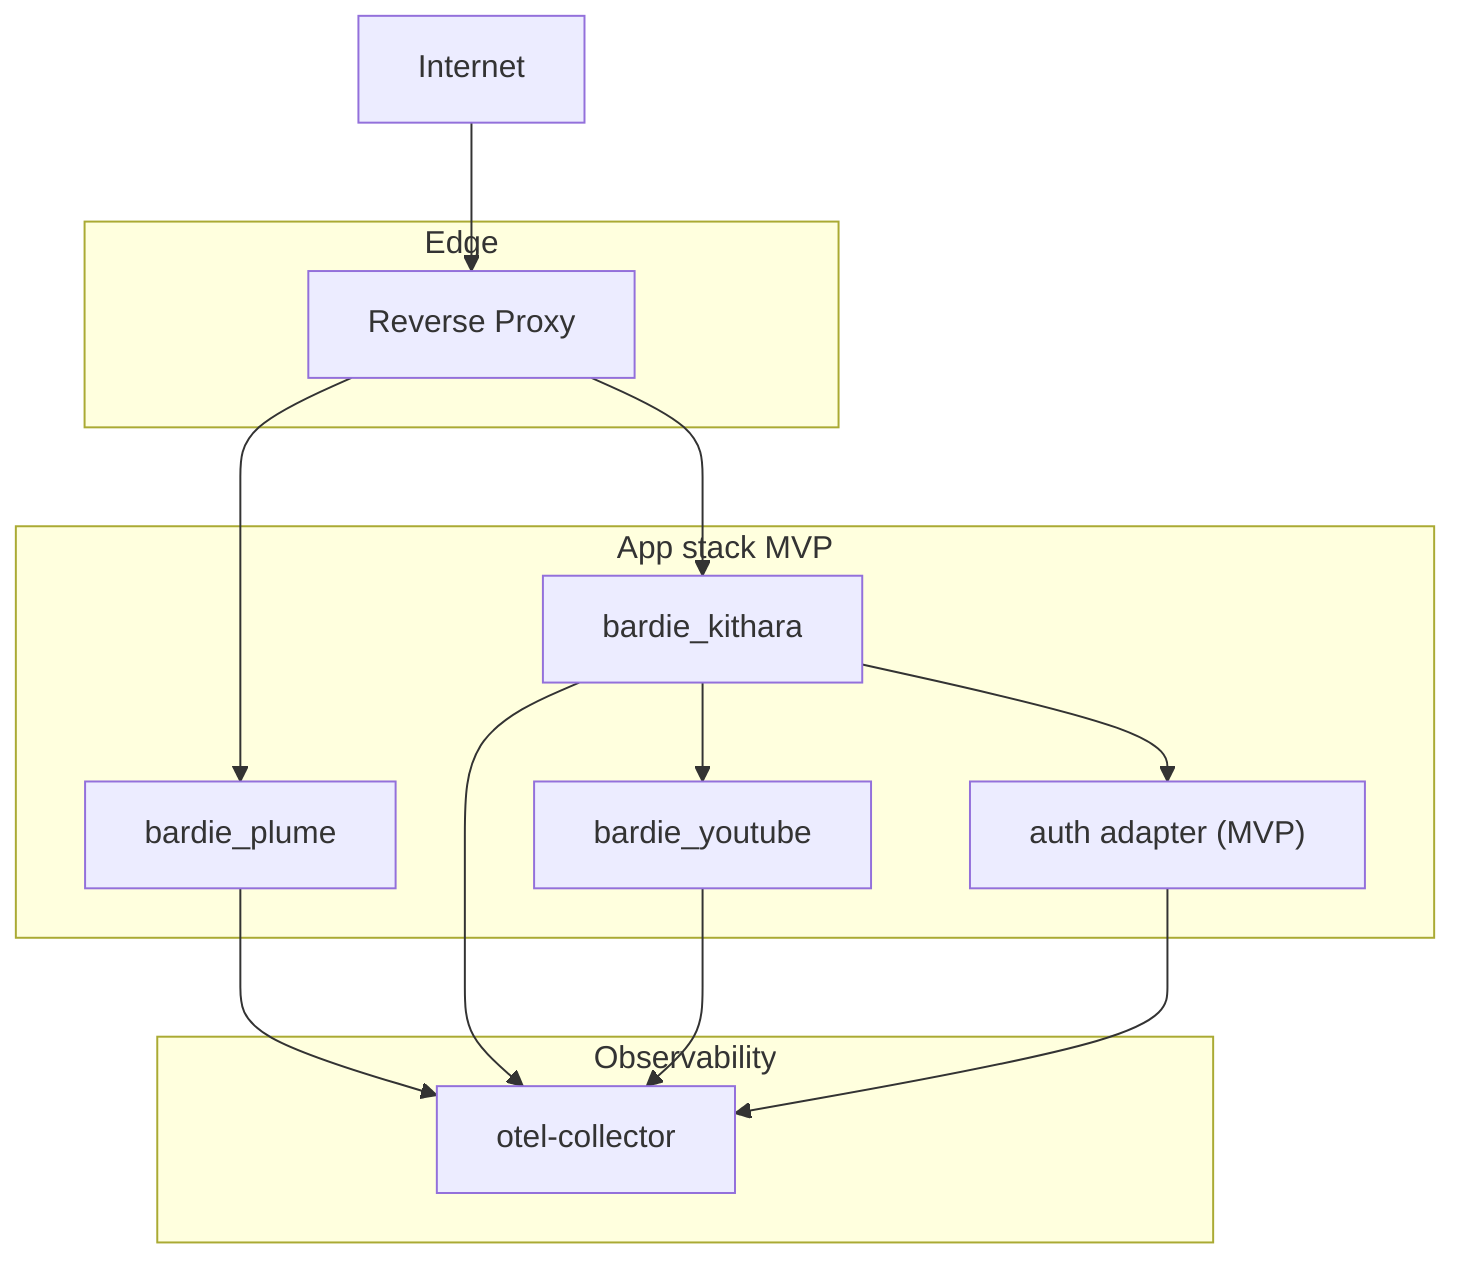
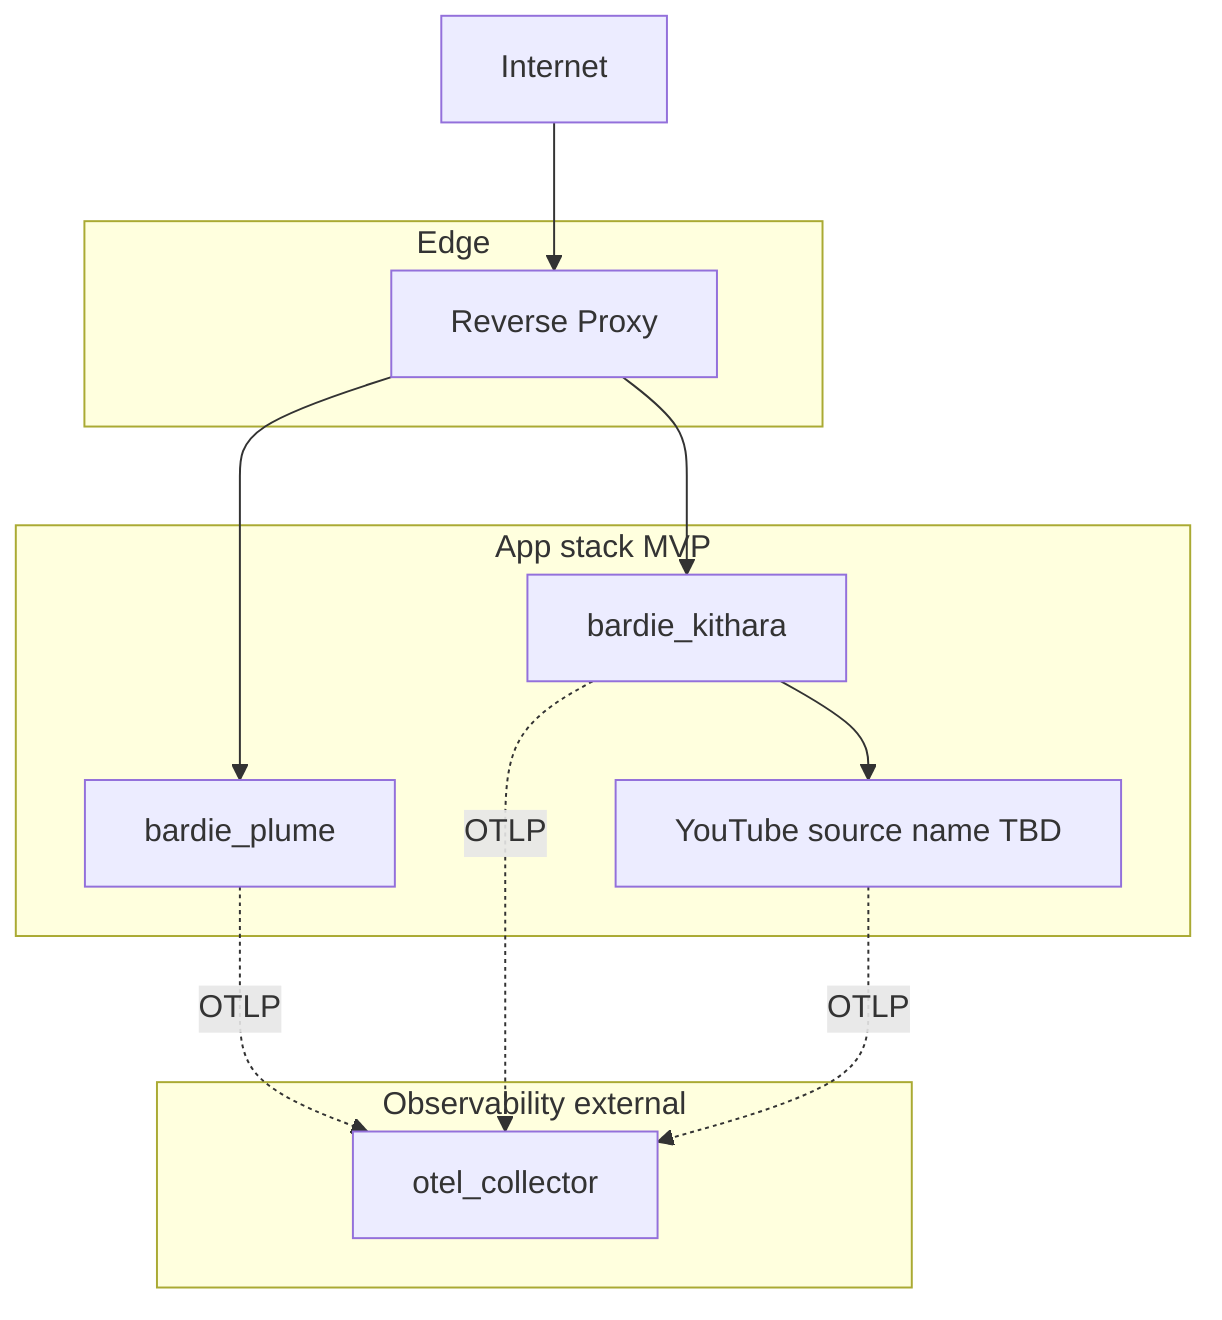
flowchart TB
  subgraph edge [Edge]
    P[Reverse Proxy]
  end
  subgraph apps [App stack MVP]
    Plume[bardie_plume]
    Kithara[bardie_kithara]
-     YT[bardie_youtube]
-     Auth["auth adapter (MVP)"]
+     YT["YouTube source name TBD"]
  end
-   subgraph observe [Observability]
-     OTel[otel-collector]
+   subgraph observe [Observability external]
+     OTel[otel_collector]
  end
  Internet --> P
  P --> Plume
  P --> Kithara
  Kithara --> YT
-   Kithara --> Auth
-   Plume --> OTel
-   Kithara --> OTel
-   YT --> OTel
-   Auth --> OTel
+   Plume -.->|OTLP| OTel
+   Kithara -.->|OTLP| OTel
+   YT -.->|OTLP| OTel
